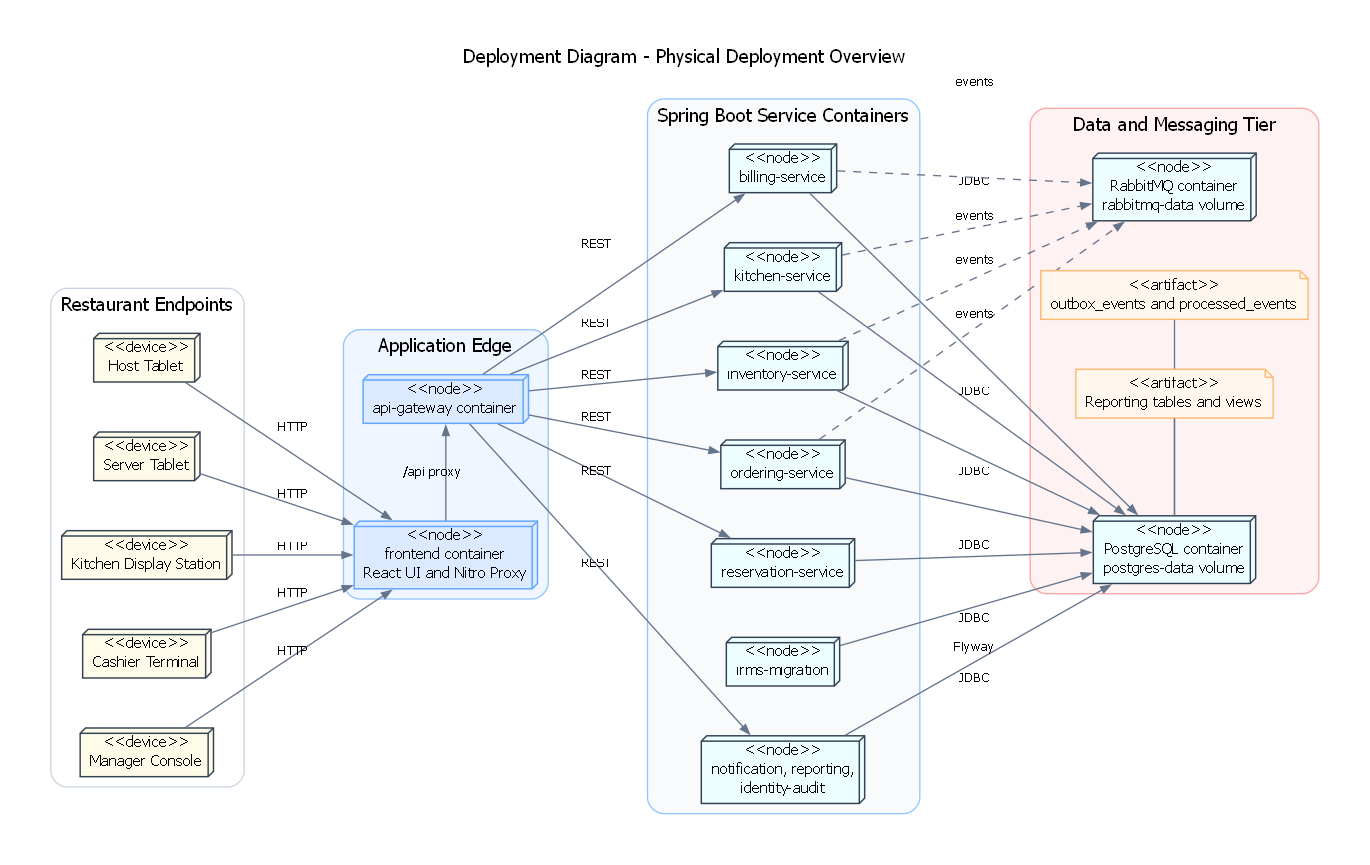
lehoangluan1/SA_IRMS keeps this Graphviz diagram as assets/diagrams/rendered/architecture/15_deployment_diagram_physical_deployment_overview.png. Above is the earlier version. Its source is kept beside it as assets/diagrams/source/architecture/15_deployment_diagram_physical_deployment_overview.dot.
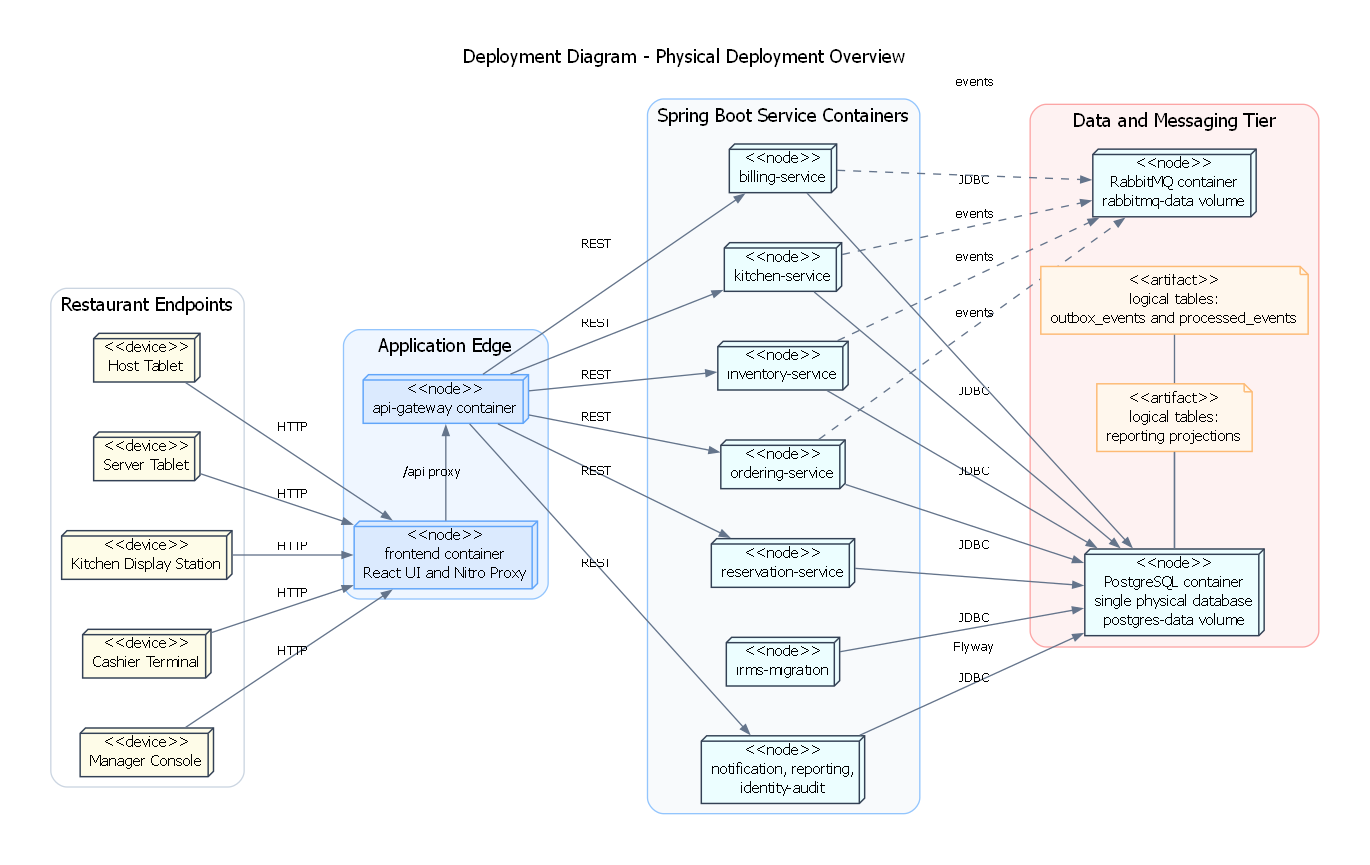
The same diagram one commit later.

What changed in the source:
```diff
@@ -55,10 +55,10 @@
     color="#FCA5A5";
     style="rounded,filled";
     fillcolor="#FEF2F2";
-    postgres [shape=box3d, fillcolor="#ECFEFF", label="<<node>>\nPostgreSQL container\npostgres-data volume"];
+    postgres [shape=box3d, fillcolor="#ECFEFF", label="<<node>>\nPostgreSQL container\nsingle physical database\npostgres-data volume"];
     rabbitmq [shape=box3d, fillcolor="#ECFEFF", label="<<node>>\nRabbitMQ container\nrabbitmq-data volume"];
-    outbox [shape=note, fillcolor="#FFF7ED", color="#FDBA74", label="<<artifact>>\noutbox_events and processed_events"];
-    readm [shape=note, fillcolor="#FFF7ED", color="#FDBA74", label="<<artifact>>\nReporting tables and views"];
+    outbox [shape=note, fillcolor="#FFF7ED", color="#FDBA74", label="<<artifact>>\nlogical tables:\noutbox_events and processed_events"];
+    readm [shape=note, fillcolor="#FFF7ED", color="#FDBA74", label="<<artifact>>\nlogical tables:\nreporting projections"];
   }
 
   { rank=same; host; server; kitchen; cashier; manager; }
```
